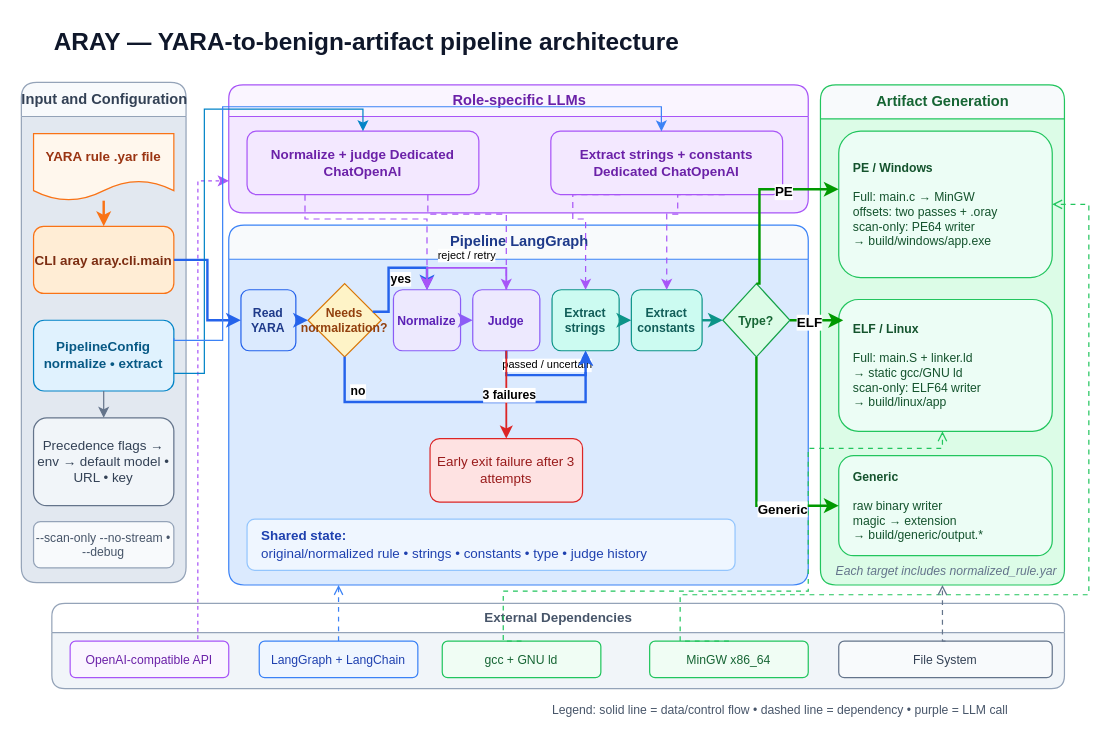
Before: docs/sources/diagrams/aray-architecture.drawio in c2dc/aray, a draw.io diagram. Source tidied: cells renumbered, new cells numbered last; positions are measured from the earlier drawing's top-left corner, leaving out a move shared by most shapes. Both pictures are drawn from the tidied source at 122%, with x=0, y=0 at pixel (21, 21).
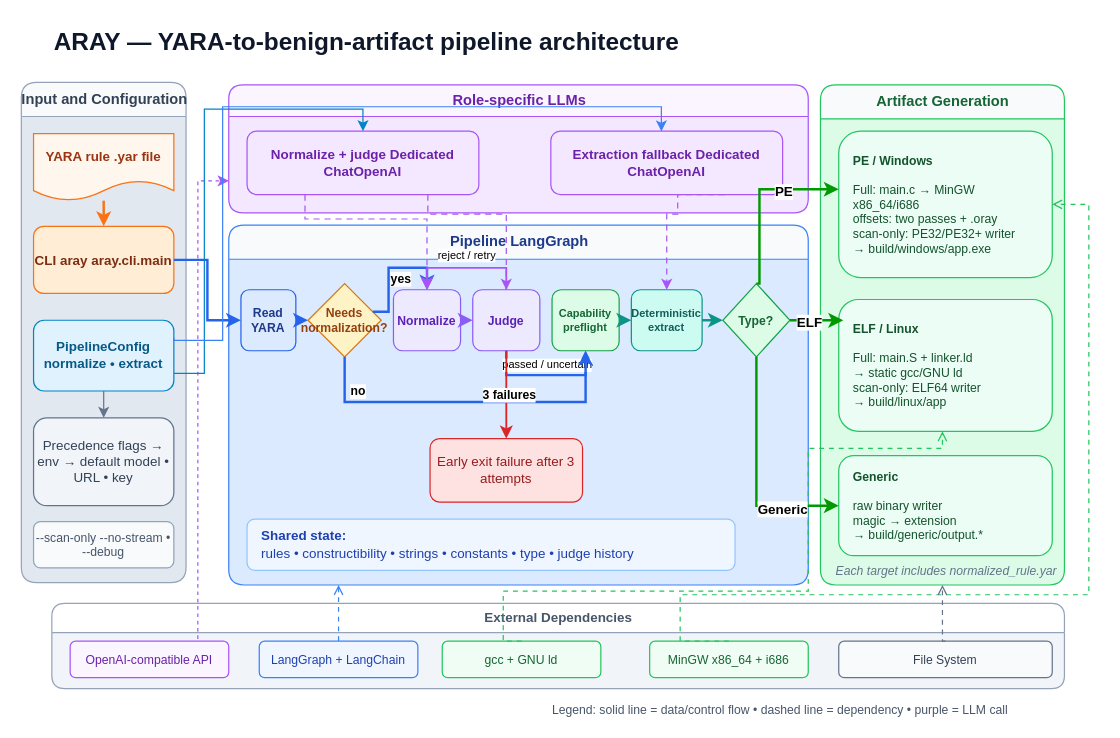
The same diagram, later.

Unchanged cells that the change refers to:
```xml
<mxCell id="4" value="Role-specific LLMs" style="swimlane;html=1;rounded=1;startSize=26;fillColor=#FAF5FF;swimlaneFillColor=#F3E8FF;strokeColor=#A855F7;fontColor=#6B21A8;fontStyle=1;fontSize=12;" parent="1" vertex="1">
  <mxGeometry x="170" y="52" width="475" height="105" as="geometry" />
</mxCell>
<mxCell id="27" value="External Dependencies" style="swimlane;html=1;rounded=1;startSize=24;fillColor=#FFFFFF;swimlaneFillColor=#F1F5F9;strokeColor=#94A3B8;fontColor=#475569;fontStyle=1;fontSize=11;" parent="1" vertex="1">
  <mxGeometry x="25" y="477" width="830" height="70" as="geometry" />
</mxCell>
```

Change to the diagram source:
```diff
@@
-    <mxCell id="5" value="Extract strings + constants Dedicated ChatOpenAI" style="rounded=1;whiteSpace=wrap;html=1;fillColor=#F3E8FF;strokeColor=#A855F7;fontColor=#6B21A8;fontStyle=1;fontSize=11;" parent="4" vertex="1">
+    <mxCell id="5" value="Extraction fallback Dedicated ChatOpenAI" style="rounded=1;whiteSpace=wrap;html=1;fillColor=#F3E8FF;strokeColor=#A855F7;fontColor=#6B21A8;fontStyle=1;fontSize=11;" parent="4" vertex="1">
       <mxGeometry x="264" y="38" width="190" height="52" as="geometry" />
     </mxCell>
@@
-    <mxCell id="19" value="Extract strings" style="rounded=1;whiteSpace=wrap;html=1;fillColor=#CCFBF1;strokeColor=#0D9488;fontColor=#115E59;fontStyle=1;fontSize=10;" parent="1" vertex="1">
+    <mxCell id="19" value="Capability preflight" style="rounded=1;whiteSpace=wrap;html=1;fillColor=#DCFCE7;strokeColor=#16A34A;fontColor=#166534;fontStyle=1;fontSize=9;" parent="1" vertex="1">
       <mxGeometry x="435" y="220" width="55" height="50" as="geometry" />
     </mxCell>
-    <mxCell id="20" value="Extract constants" style="rounded=1;whiteSpace=wrap;html=1;fillColor=#CCFBF1;strokeColor=#0D9488;fontColor=#115E59;fontStyle=1;fontSize=10;" parent="1" vertex="1">
+    <mxCell id="20" value="Deterministic extract" style="rounded=1;whiteSpace=wrap;html=1;fillColor=#CCFBF1;strokeColor=#0D9488;fontColor=#115E59;fontStyle=1;fontSize=9;" parent="1" vertex="1">
       <mxGeometry x="500" y="220" width="58" height="50" as="geometry" />
     </mxCell>
@@
-    <mxCell id="22" value="&lt;b&gt;Shared state:&lt;/b&gt;&lt;br&gt;original/normalized rule • strings • constants • type • judge history" style="rounded=1;whiteSpace=wrap;html=1;fillColor=#EFF6FF;strokeColor=#93C5FD;fontColor=#1E40AF;fontSize=11;align=left;spacingLeft=10;spacingRight=8;" parent="1" vertex="1">
+    <mxCell id="22" value="&lt;b&gt;Shared state:&lt;/b&gt;&lt;br&gt;rules • constructibility • strings • constants • type • judge history" style="rounded=1;whiteSpace=wrap;html=1;fillColor=#EFF6FF;strokeColor=#93C5FD;fontColor=#1E40AF;fontSize=11;align=left;spacingLeft=10;spacingRight=8;" parent="1" vertex="1">
       <mxGeometry x="185" y="408" width="400" height="42" as="geometry" />
     </mxCell>
-    <mxCell id="23" value="&lt;b&gt;PE / Windows&lt;/b&gt;&lt;br&gt;&lt;br&gt;Full: main.c → MinGW&lt;br&gt;offsets: two passes + .oray&lt;br&gt;scan-only: PE64 writer&lt;br&gt;→ build/windows/app.exe" style="rounded=1;whiteSpace=wrap;html=1;align=left;verticalAlign=middle;spacingLeft=10;spacingRight=8;fillColor=#ECFDF5;strokeColor=#22C55E;fontColor=#14532D;fontSize=10;fontStyle=0;" parent="1" vertex="1">
+    <mxCell id="23" value="&lt;b&gt;PE / Windows&lt;/b&gt;&lt;br&gt;&lt;br&gt;Full: main.c → MinGW x86_64/i686&lt;br&gt;offsets: two passes + .oray&lt;br&gt;scan-only: PE32/PE32+ writer&lt;br&gt;→ build/windows/app.exe" style="rounded=1;whiteSpace=wrap;html=1;align=left;verticalAlign=middle;spacingLeft=10;spacingRight=8;fillColor=#ECFDF5;strokeColor=#22C55E;fontColor=#14532D;fontSize=10;fontStyle=0;" parent="1" vertex="1">
       <mxGeometry x="670" y="90" width="175" height="120" as="geometry" />
     </mxCell>
@@
-    <mxCell id="29" value="MinGW x86_64" style="rounded=1;whiteSpace=wrap;html=1;fillColor=#F0FDF4;strokeColor=#22C55E;fontColor=#166534;fontSize=10;" parent="27" vertex="1">
+    <mxCell id="29" value="MinGW x86_64 + i686" style="rounded=1;whiteSpace=wrap;html=1;fillColor=#F0FDF4;strokeColor=#22C55E;fontColor=#166534;fontSize=10;" parent="27" vertex="1">
       <mxGeometry x="490" y="31" width="130" height="30" as="geometry" />
     </mxCell>
@@
-    <mxCell id="50" style="edgeStyle=orthogonalEdgeStyle;rounded=0;html=1;endArrow=classic;endFill=1;dashed=1;dashPattern=5 4;strokeColor=#A855F7;exitX=0.3;exitY=1;entryX=0.5;entryY=0;" parent="1" edge="1" source="5" target="19">
-      <mxGeometry relative="1" as="geometry">
-        <Array as="points">
-          <mxPoint x="452" y="162" />
-          <mxPoint x="463" y="162" />
-        </Array>
-      </mxGeometry>
-    </mxCell>
```
